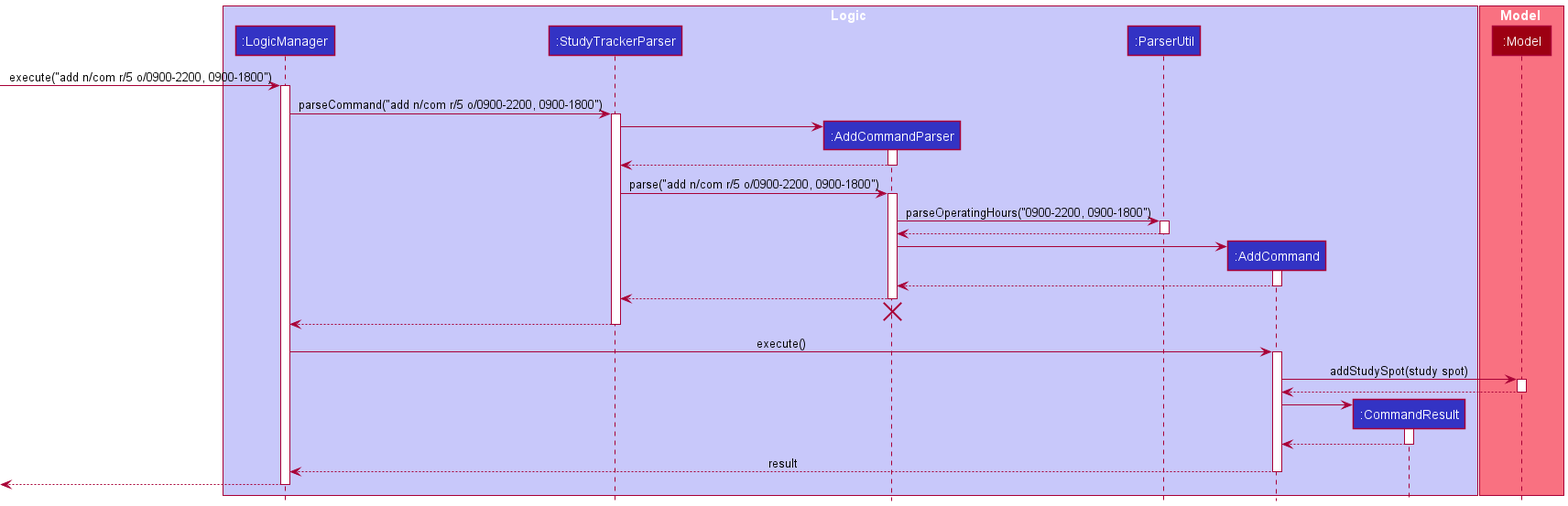
ruoyann/tp keeps this PlantUML diagram as docs/images/AddOperatingHoursSequenceDiagram.png. Above is the earlier version.
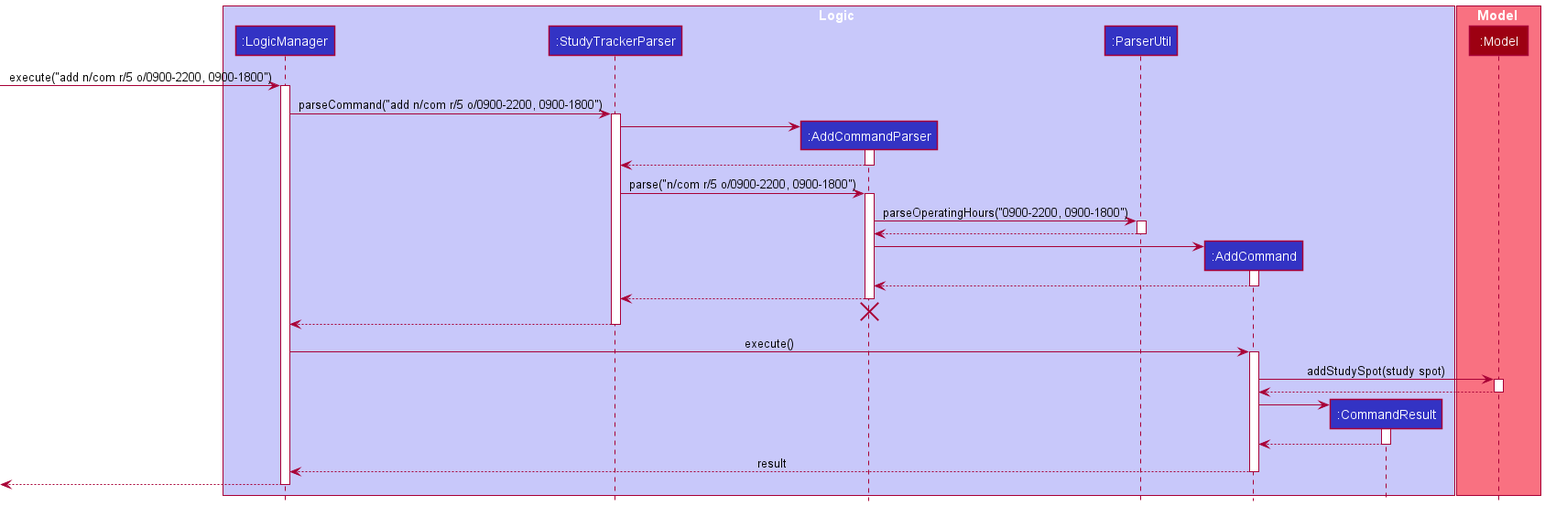
After the commit.

Commit message:
Update DG - Operating Hours

Improved UML Diagrams

The edit, as a diff of the source:
```diff
@@ -27,7 +27,7 @@
 AddCommandParser --> StudyTrackerParser
 deactivate AddCommandParser
 
-StudyTrackerParser -> AddCommandParser : parse("add n/com r/5 o/0900-2200, 0900-1800")
+StudyTrackerParser -> AddCommandParser : parse("n/com r/5 o/0900-2200, 0900-1800")
 activate AddCommandParser
 
 AddCommandParser -> ParserUtil : parseOperatingHours("0900-2200, 0900-1800")
```
